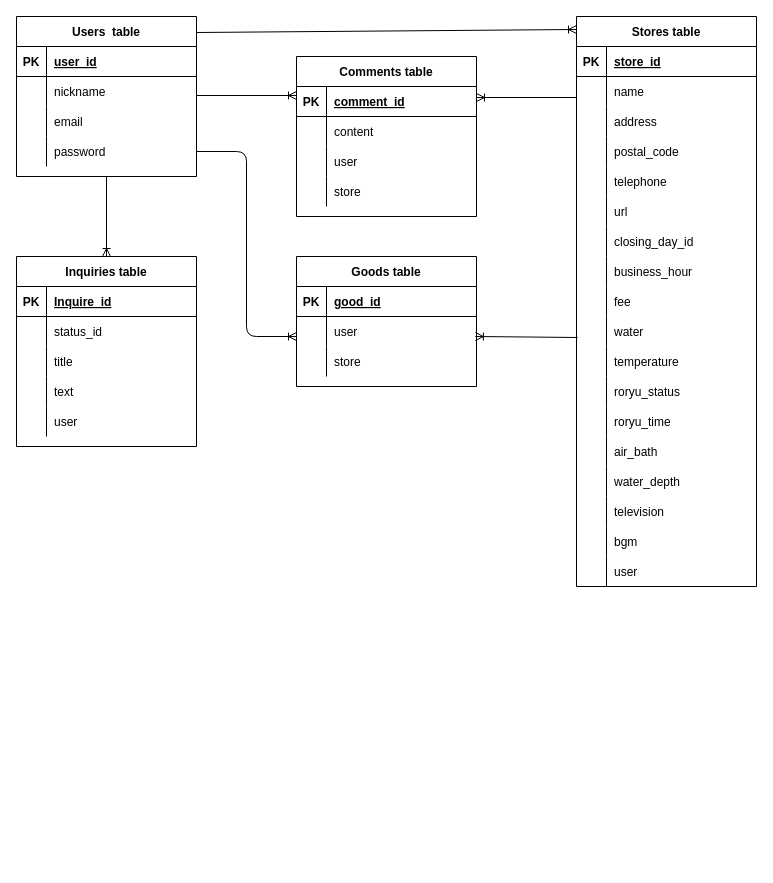
Earlier version of the draw.io diagram sento.dio (KawashimaRyuhei/TOTONOI). Source tidied: cells renumbered, new cells numbered last; positions are measured from the earlier drawing's top-left corner, leaving out a move shared by most shapes. Both pictures are drawn from the tidied source at 100%, with x=0, y=0 at pixel (16, 16).
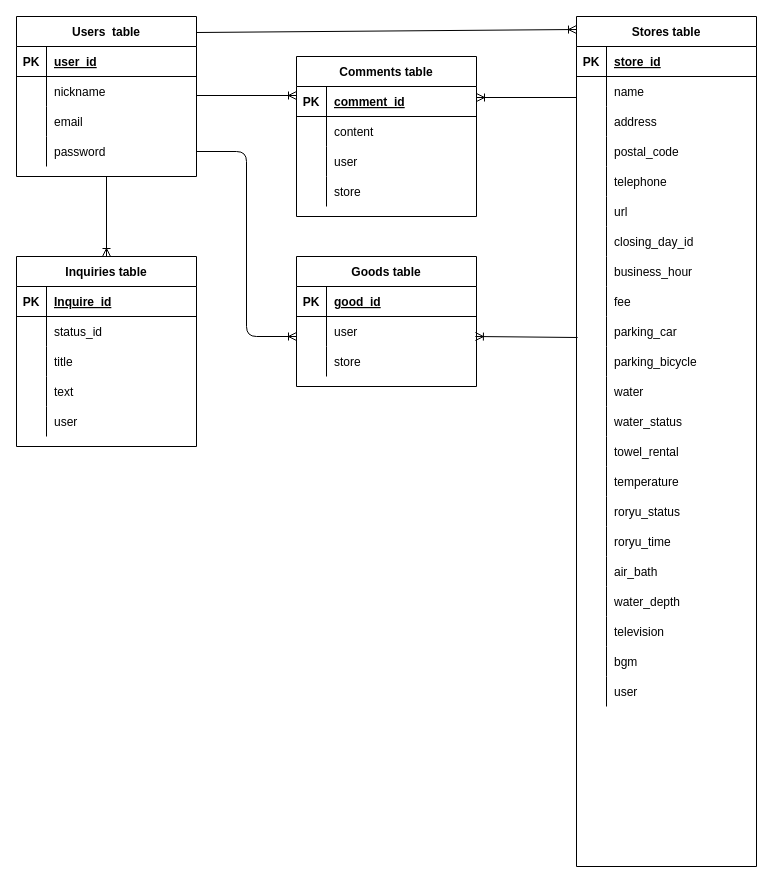
After the change.

Diff of the diagram source:
```diff
@@
     <mxCell id="15" value="Stores table" style="shape=table;startSize=30;childLayout=tableLayout;rowLines=0;fontStyle=1;align=center;" parent="1" vertex="1">
-      <mxGeometry x="560" width="180" height="570" as="geometry" />
+      <mxGeometry x="560" width="180" height="850" as="geometry" />
     </mxCell>
@@
+    <mxCell id="115" style="shape=partialRectangle;fillColor=none;top=0;left=0;bottom=0;right=0;" parent="15" vertex="1">
+      <mxGeometry y="300" width="180" height="30" as="geometry" />
+    </mxCell>
+    <mxCell id="116" style="shape=partialRectangle;fillColor=none;top=0;left=0;bottom=0;right=0;overflow=hidden;" parent="115" vertex="1">
+      <mxGeometry width="30" height="30" as="geometry" />
+    </mxCell>
+    <mxCell id="117" value="parking_car" style="shape=partialRectangle;fillColor=none;top=0;left=0;bottom=0;right=0;align=left;spacingLeft=6;overflow=hidden;" parent="115" vertex="1">
+      <mxGeometry x="30" width="150" height="30" as="geometry" />
+    </mxCell>
+    <mxCell id="118" style="shape=partialRectangle;fillColor=none;top=0;left=0;bottom=0;right=0;" parent="15" vertex="1">
+      <mxGeometry y="330" width="180" height="30" as="geometry" />
+    </mxCell>
+    <mxCell id="119" style="shape=partialRectangle;fillColor=none;top=0;left=0;bottom=0;right=0;overflow=hidden;" parent="118" vertex="1">
+      <mxGeometry width="30" height="30" as="geometry" />
+    </mxCell>
+    <mxCell id="120" value="parking_bicycle" style="shape=partialRectangle;fillColor=none;top=0;left=0;bottom=0;right=0;align=left;spacingLeft=6;overflow=hidden;" parent="118" vertex="1">
+      <mxGeometry x="30" width="150" height="30" as="geometry" />
+    </mxCell>
     <mxCell id="43" style="shape=partialRectangle;fillColor=none;top=0;left=0;bottom=0;right=0;" parent="15" vertex="1">
-      <mxGeometry y="300" width="180" height="30" as="geometry" />
+      <mxGeometry y="360" width="180" height="30" as="geometry" />
     </mxCell>
@@
+    <mxCell id="121" style="shape=partialRectangle;fillColor=none;top=0;left=0;bottom=0;right=0;" parent="15" vertex="1">
+      <mxGeometry y="390" width="180" height="30" as="geometry" />
+    </mxCell>
+    <mxCell id="122" style="shape=partialRectangle;fillColor=none;top=0;left=0;bottom=0;right=0;overflow=hidden;" parent="121" vertex="1">
+      <mxGeometry width="30" height="30" as="geometry" />
+    </mxCell>
+    <mxCell id="123" value="water_status" style="shape=partialRectangle;fillColor=none;top=0;left=0;bottom=0;right=0;align=left;spacingLeft=6;overflow=hidden;" parent="121" vertex="1">
+      <mxGeometry x="30" width="150" height="30" as="geometry" />
+    </mxCell>
+    <mxCell id="124" style="shape=partialRectangle;fillColor=none;top=0;left=0;bottom=0;right=0;" parent="15" vertex="1">
+      <mxGeometry y="420" width="180" height="30" as="geometry" />
+    </mxCell>
+    <mxCell id="125" style="shape=partialRectangle;fillColor=none;top=0;left=0;bottom=0;right=0;overflow=hidden;" parent="124" vertex="1">
+      <mxGeometry width="30" height="30" as="geometry" />
+    </mxCell>
+    <mxCell id="126" value="towel_rental" style="shape=partialRectangle;fillColor=none;top=0;left=0;bottom=0;right=0;align=left;spacingLeft=6;overflow=hidden;" parent="124" vertex="1">
+      <mxGeometry x="30" width="150" height="30" as="geometry" />
+    </mxCell>
     <mxCell id="46" style="shape=partialRectangle;fillColor=none;top=0;left=0;bottom=0;right=0;" parent="15" vertex="1">
-      <mxGeometry y="330" width="180" height="30" as="geometry" />
+      <mxGeometry y="450" width="180" height="30" as="geometry" />
     </mxCell>
@@
     <mxCell id="49" style="shape=partialRectangle;fillColor=none;top=0;left=0;bottom=0;right=0;" parent="15" vertex="1">
-      <mxGeometry y="360" width="180" height="30" as="geometry" />
+      <mxGeometry y="480" width="180" height="30" as="geometry" />
     </mxCell>
@@
     <mxCell id="52" style="shape=partialRectangle;fillColor=none;top=0;left=0;bottom=0;right=0;" parent="15" vertex="1">
-      <mxGeometry y="390" width="180" height="30" as="geometry" />
+      <mxGeometry y="510" width="180" height="30" as="geometry" />
     </mxCell>
@@
     <mxCell id="55" style="shape=partialRectangle;fillColor=none;top=0;left=0;bottom=0;right=0;" parent="15" vertex="1">
-      <mxGeometry y="420" width="180" height="30" as="geometry" />
+      <mxGeometry y="540" width="180" height="30" as="geometry" />
     </mxCell>
@@
     <mxCell id="58" style="shape=partialRectangle;fillColor=none;top=0;left=0;bottom=0;right=0;" parent="15" vertex="1">
-      <mxGeometry y="450" width="180" height="30" as="geometry" />
+      <mxGeometry y="570" width="180" height="30" as="geometry" />
     </mxCell>
@@
     <mxCell id="61" style="shape=partialRectangle;fillColor=none;top=0;left=0;bottom=0;right=0;" parent="15" vertex="1">
-      <mxGeometry y="480" width="180" height="30" as="geometry" />
+      <mxGeometry y="600" width="180" height="30" as="geometry" />
     </mxCell>
@@
     <mxCell id="64" style="shape=partialRectangle;fillColor=none;top=0;left=0;bottom=0;right=0;" parent="15" vertex="1">
-      <mxGeometry y="510" width="180" height="30" as="geometry" />
+      <mxGeometry y="630" width="180" height="30" as="geometry" />
     </mxCell>
@@
     <mxCell id="67" style="shape=partialRectangle;fillColor=none;top=0;left=0;bottom=0;right=0;" parent="15" vertex="1">
-      <mxGeometry y="540" width="180" height="30" as="geometry" />
+      <mxGeometry y="660" width="180" height="30" as="geometry" />
     </mxCell>
```
